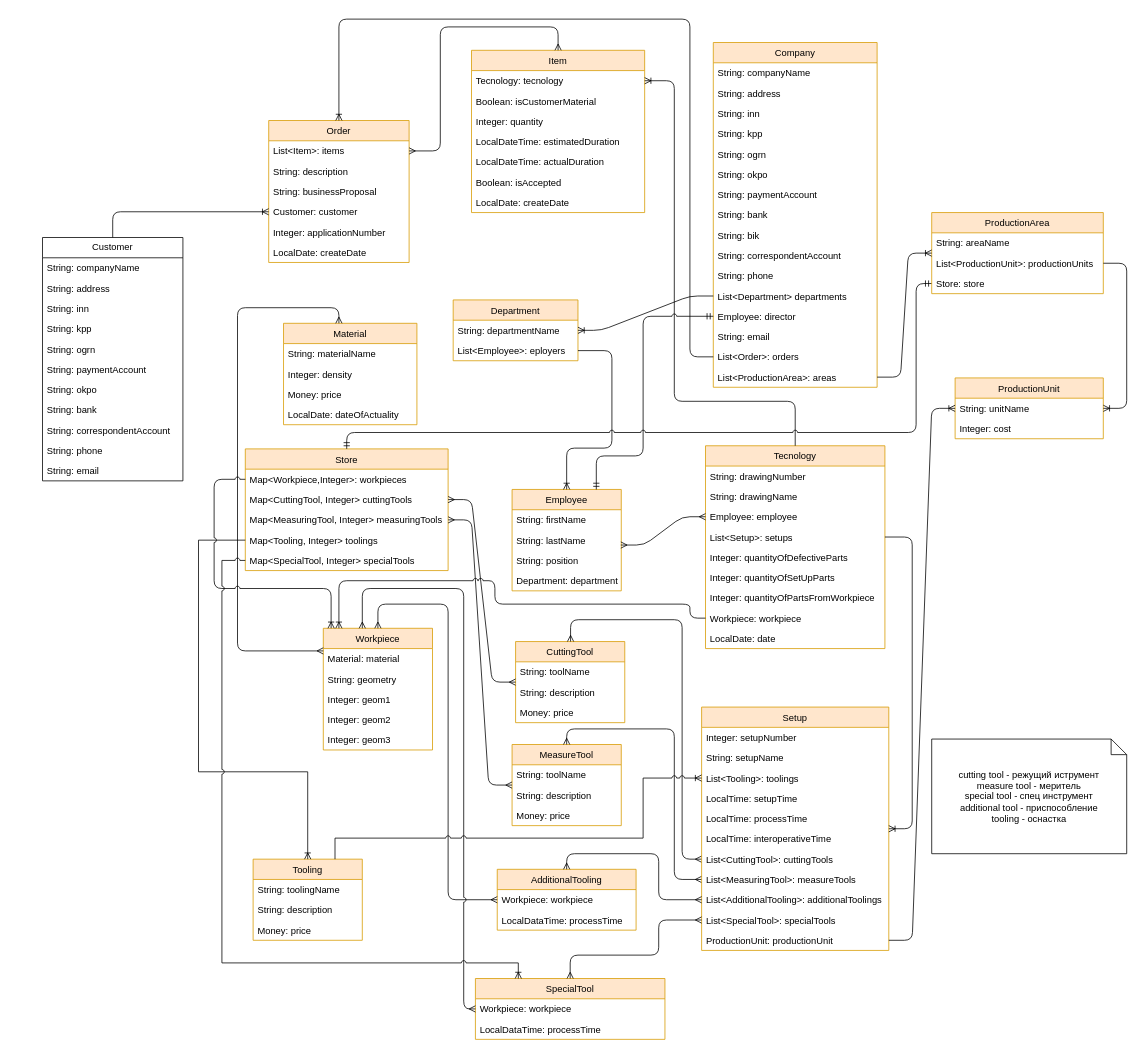
Shaman58/sfsb keeps this draw.io diagram as erp.drawio. Above is the earlier version. Source tidied: cells renumbered, new cells numbered last; positions are measured from the earlier drawing's top-left corner, leaving out a move shared by most shapes. Both pictures are drawn from the tidied source at 78%, with x=0, y=0 at pixel (42, 19).
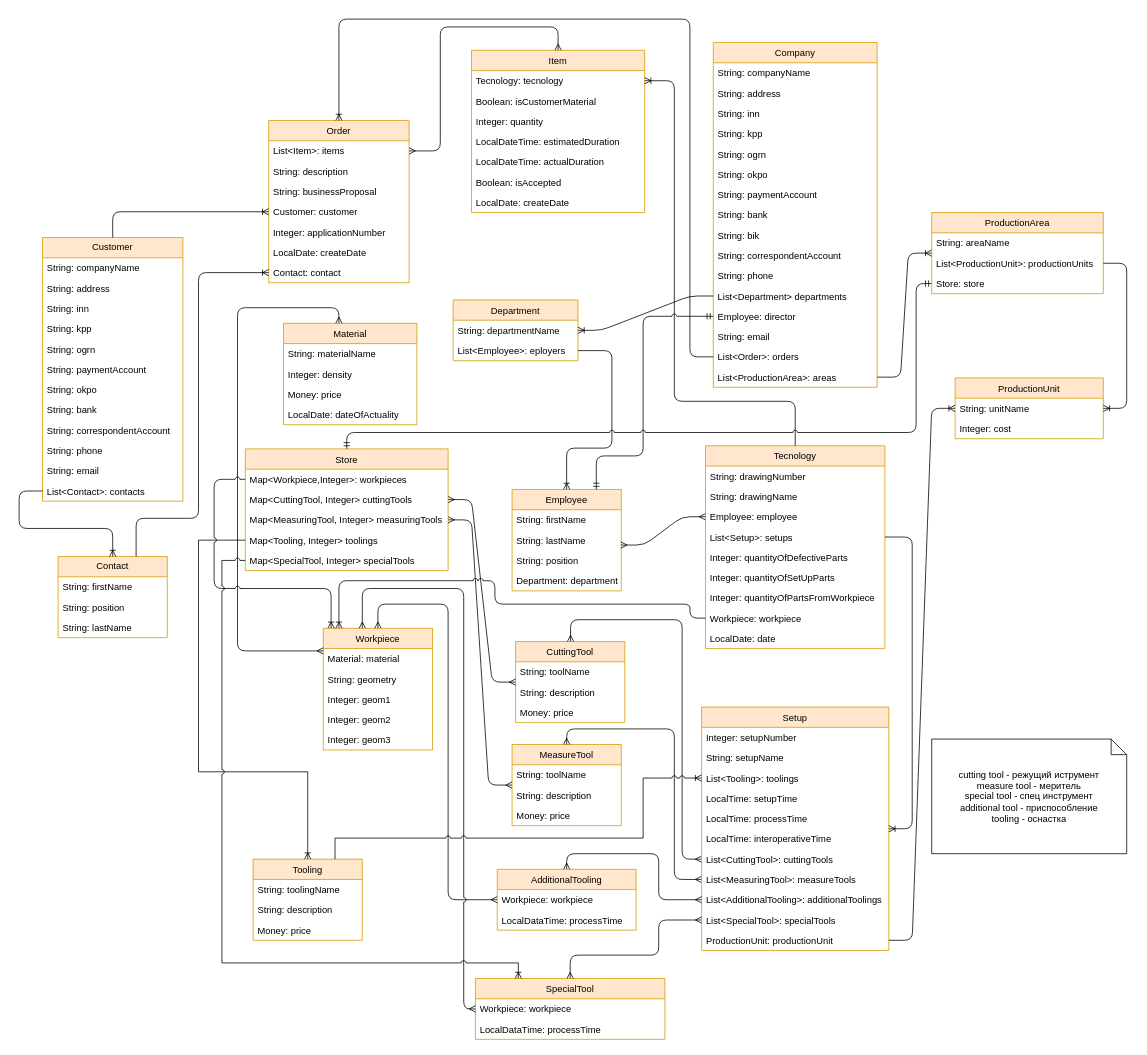
The same diagram, later.

Change to the diagram source:
```diff
@@
     <mxCell id="2" value="Order" style="swimlane;fontStyle=0;horizontal=1;startSize=26;fillColor=#ffe6cc;swimlaneLine=1;strokeColor=#d79b00;" parent="1" vertex="1">
-      <mxGeometry x="290" y="130" width="180" height="182" as="geometry" />
+      <mxGeometry x="290" y="130" width="180" height="208" as="geometry" />
     </mxCell>
@@
+    <mxCell id="146" value="Contact: contact" style="text;strokeColor=none;fillColor=none;align=left;verticalAlign=top;spacingLeft=4;spacingRight=4;overflow=hidden;points=[[0,0.5],[1,0.5]];portConstraint=eastwest;fontColor=#000000;" parent="2" vertex="1">
+      <mxGeometry y="182" width="180" height="26" as="geometry" />
+    </mxCell>
@@
-    <mxCell id="133" value="Customer" style="swimlane;fontStyle=0;horizontal=1;startSize=26;fillColor=none;whiteSpace=wrap;html=1;" parent="1" vertex="1">
-      <mxGeometry y="280" width="180" height="312" as="geometry" />
+    <mxCell id="133" value="Customer" style="swimlane;fontStyle=0;horizontal=1;startSize=26;fillColor=#ffe6cc;whiteSpace=wrap;html=1;strokeColor=#d79b00;" parent="1" vertex="1">
+      <mxGeometry y="280" width="180" height="338" as="geometry" />
     </mxCell>
@@
+    <mxCell id="147" value="List&lt;Contact&gt;: contacts" style="text;strokeColor=none;fillColor=none;align=left;verticalAlign=top;spacingLeft=4;spacingRight=4;overflow=hidden;points=[[0,0.5],[1,0.5]];portConstraint=eastwest;" parent="133" vertex="1">
+      <mxGeometry y="312" width="180" height="26" as="geometry" />
+    </mxCell>
@@
+    <mxCell id="148" value="Contact" style="swimlane;fontStyle=0;horizontal=1;startSize=26;fillColor=#ffe6cc;whiteSpace=wrap;html=1;strokeColor=#d79b00;" parent="1" vertex="1">
+      <mxGeometry x="20" y="689" width="140" height="104" as="geometry" />
+    </mxCell>
+    <mxCell id="149" value="String: firstName" style="text;strokeColor=none;fillColor=none;align=left;verticalAlign=top;spacingLeft=4;spacingRight=4;overflow=hidden;" parent="148" vertex="1">
+      <mxGeometry y="26" width="140" height="26" as="geometry" />
+    </mxCell>
+    <mxCell id="150" value="String: position" style="text;strokeColor=none;fillColor=none;align=left;verticalAlign=top;spacingLeft=4;spacingRight=4;overflow=hidden;" parent="148" vertex="1">
+      <mxGeometry y="52" width="140" height="26" as="geometry" />
+    </mxCell>
+    <mxCell id="151" value="String: lastName" style="text;strokeColor=none;fillColor=none;align=left;verticalAlign=top;spacingLeft=4;spacingRight=4;overflow=hidden;" parent="148" vertex="1">
+      <mxGeometry y="78" width="140" height="26" as="geometry" />
+    </mxCell>
+    <mxCell id="152" style="edgeStyle=orthogonalEdgeStyle;fontSize=12;html=1;endArrow=ERoneToMany;rounded=1;" parent="1" edge="1" source="147" target="148">
+      <mxGeometry relative="1" as="geometry">
+        <Array as="points">
+          <mxPoint x="-30" y="605" />
+          <mxPoint x="-30" y="653" />
+          <mxPoint x="90" y="653" />
+        </Array>
+      </mxGeometry>
+    </mxCell>
+    <mxCell id="153" style="edgeStyle=orthogonalEdgeStyle;fontSize=12;html=1;endArrow=ERoneToMany;rounded=1;" parent="1" edge="1" source="148" target="146">
+      <mxGeometry relative="1" as="geometry">
+        <Array as="points">
+          <mxPoint x="120" y="640" />
+          <mxPoint x="200" y="640" />
+          <mxPoint x="200" y="325" />
+        </Array>
+      </mxGeometry>
+    </mxCell>
```
